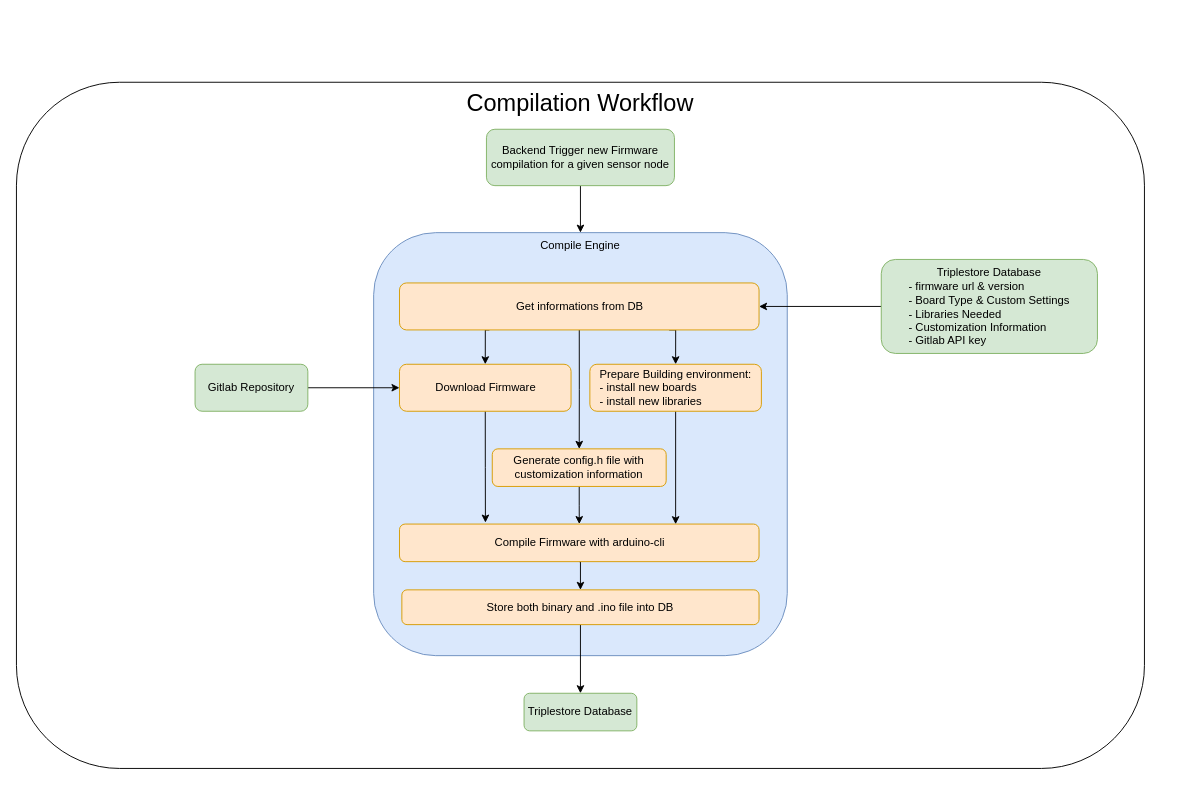
The draw.io diagram docs/diagrams/compilation_workflow.drawio in enricocirignaco/infrastructureforsensormanagment, before the edit. Source tidied: cells renumbered, new cells numbered last; positions are measured from the earlier drawing's top-left corner, leaving out a move shared by most shapes. Both pictures are drawn from the tidied source at 94%, with x=0, y=0 at pixel (16, 82).
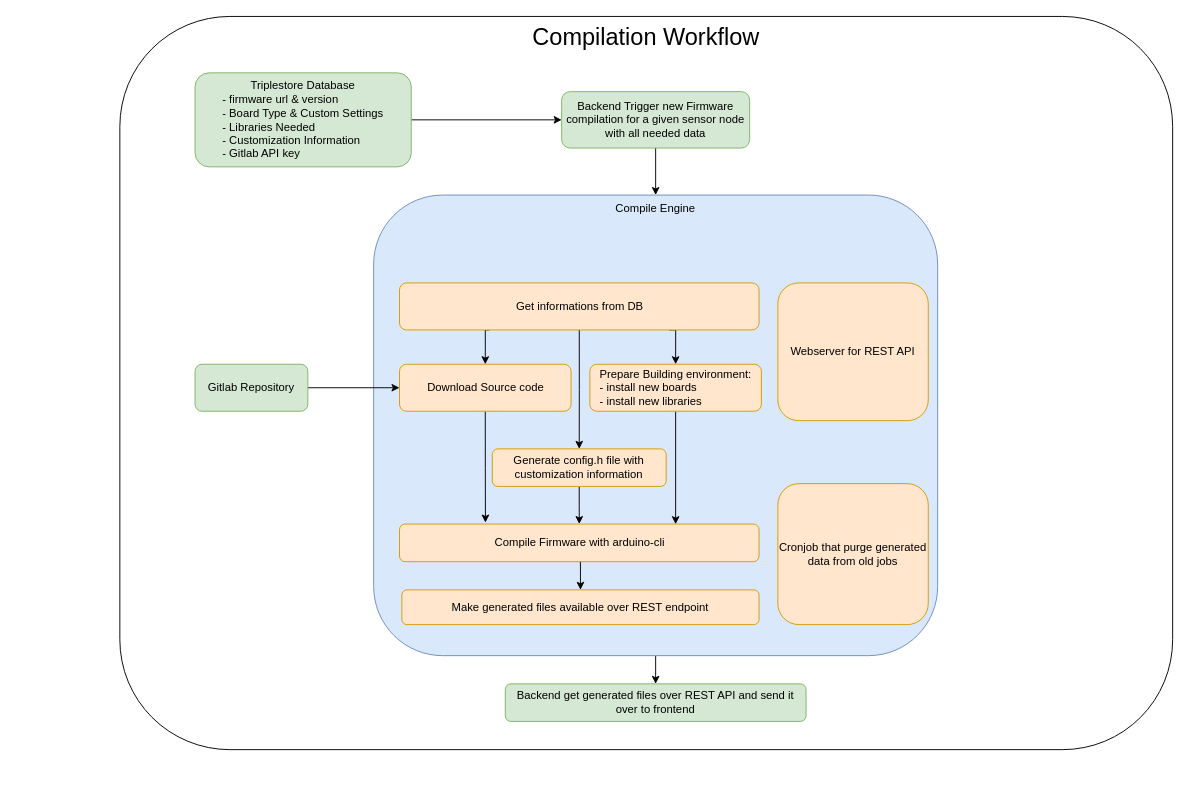
After the change.

Commit message (it also covers changes not shown here):
diagram improovements

The change refers to these unchanged cells:
```xml
<mxCell id="18" value="Get informations from DB" style="rounded=1;whiteSpace=wrap;html=1;fillColor=#ffe6cc;strokeColor=#d79b00;" parent="1" vertex="1">
  <mxGeometry x="407.5" y="213.5" width="382.5" height="50" as="geometry" />
</mxCell>
```

Diff of the diagram source:
```diff
@@
     <mxCell id="2" value="&lt;font style=&quot;font-size: 25px;&quot;&gt;Compilation Workflow&lt;/font&gt;" style="rounded=1;whiteSpace=wrap;html=1;align=center;verticalAlign=top;" parent="1" vertex="1">
-      <mxGeometry width="1200" height="730" as="geometry" />
+      <mxGeometry x="110" y="-70" width="1120" height="780" as="geometry" />
     </mxCell>
-    <mxCell id="3" value="Triplestore Database" style="rounded=1;whiteSpace=wrap;html=1;fillColor=#d5e8d4;strokeColor=#82b366;" parent="1" vertex="1">
-      <mxGeometry x="540" y="650" width="120" height="40" as="geometry" />
+    <mxCell id="3" value="Backend get generated files over REST API and send it over to frontend" style="rounded=1;whiteSpace=wrap;html=1;fillColor=#d5e8d4;strokeColor=#82b366;" parent="1" vertex="1">
+      <mxGeometry x="520" y="640" width="320" height="40" as="geometry" />
     </mxCell>
+    <mxCell id="25" style="edgeStyle=orthogonalEdgeStyle;rounded=0;jettySize=auto;html=1;exitX=0.5;exitY=1;exitDx=0;exitDy=0;entryX=0.5;entryY=0;entryDx=0;entryDy=0;" parent="1" edge="1" source="4" target="3">
+      <mxGeometry relative="1" as="geometry" />
+    </mxCell>
     <mxCell id="4" value="Compile Engine" style="rounded=1;whiteSpace=wrap;html=1;verticalAlign=top;fillColor=#dae8fc;strokeColor=#6c8ebf;" parent="1" vertex="1">
-      <mxGeometry x="380" y="160" width="440" height="450" as="geometry" />
+      <mxGeometry x="380" y="120" width="600" height="490" as="geometry" />
     </mxCell>
@@
-    <mxCell id="7" style="edgeStyle=orthogonalEdgeStyle;rounded=0;jettySize=auto;html=1;entryX=1;entryY=0.5;entryDx=0;entryDy=0;" parent="1" edge="1" source="8" target="18">
-      <mxGeometry relative="1" as="geometry" />
-    </mxCell>
+    <mxCell id="26" style="edgeStyle=orthogonalEdgeStyle;rounded=0;jettySize=auto;html=1;exitX=1;exitY=0.5;exitDx=0;exitDy=0;entryX=0;entryY=0.5;entryDx=0;entryDy=0;" parent="1" edge="1" source="8" target="24">
+      <mxGeometry relative="1" as="geometry" />
+    </mxCell>
     <mxCell id="8" value="Triplestore Database&lt;br&gt;&lt;div style=&quot;text-align: left;&quot;&gt;&lt;span style=&quot;background-color: initial;&quot;&gt;- firmware url &amp;amp; version&lt;/span&gt;&lt;/div&gt;&lt;div style=&quot;text-align: left;&quot;&gt;&lt;span style=&quot;background-color: initial;&quot;&gt;- Board Type &amp;amp; Custom Settings&lt;/span&gt;&lt;/div&gt;&lt;div style=&quot;text-align: left;&quot;&gt;&lt;span style=&quot;background-color: initial;&quot;&gt;- Libraries Needed&lt;/span&gt;&lt;/div&gt;&lt;div style=&quot;text-align: left;&quot;&gt;&lt;span style=&quot;background-color: initial;&quot;&gt;- Customization Information&lt;/span&gt;&lt;/div&gt;&lt;div style=&quot;text-align: left;&quot;&gt;&lt;span style=&quot;background-color: initial;&quot;&gt;- Gitlab API key&lt;/span&gt;&lt;/div&gt;" style="rounded=1;whiteSpace=wrap;html=1;fillColor=#d5e8d4;strokeColor=#82b366;" parent="1" vertex="1">
-      <mxGeometry x="920" y="188.5" width="230" height="100" as="geometry" />
+      <mxGeometry x="190" y="-10" width="230" height="100" as="geometry" />
     </mxCell>
@@
-    <mxCell id="14" value="Download Firmware" style="rounded=1;whiteSpace=wrap;html=1;fillColor=#ffe6cc;strokeColor=#d79b00;" parent="1" vertex="1">
+    <mxCell id="14" value="Download Source code" style="rounded=1;whiteSpace=wrap;html=1;fillColor=#ffe6cc;strokeColor=#d79b00;" parent="1" vertex="1">
       <mxGeometry x="407.5" y="300" width="182.5" height="50" as="geometry" />
     </mxCell>
@@
-    <mxCell id="19" style="edgeStyle=orthogonalEdgeStyle;rounded=0;jettySize=auto;html=1;entryX=0.5;entryY=0;entryDx=0;entryDy=0;" parent="1" edge="1" source="20" target="3">
-      <mxGeometry relative="1" as="geometry" />
-    </mxCell>
-    <mxCell id="20" value="Store both binary and .ino file into DB" style="rounded=1;whiteSpace=wrap;html=1;fillColor=#ffe6cc;strokeColor=#d79b00;" parent="1" vertex="1">
+    <mxCell id="20" value="Make generated files available over REST endpoint" style="rounded=1;whiteSpace=wrap;html=1;fillColor=#ffe6cc;strokeColor=#d79b00;" parent="1" vertex="1">
       <mxGeometry x="410" y="540" width="380" height="37" as="geometry" />
     </mxCell>
@@
-    <mxCell id="24" value="Backend Trigger new Firmware compilation for a given sensor node" style="rounded=1;whiteSpace=wrap;html=1;fillColor=#d5e8d4;strokeColor=#82b366;" parent="1" vertex="1">
-      <mxGeometry x="500" y="50" width="200" height="60" as="geometry" />
+    <mxCell id="24" value="Backend Trigger new Firmware compilation for a given sensor node with all needed data" style="rounded=1;whiteSpace=wrap;html=1;fillColor=#d5e8d4;strokeColor=#82b366;" parent="1" vertex="1">
+      <mxGeometry x="580" y="10" width="200" height="60" as="geometry" />
     </mxCell>
+    <mxCell id="27" value="Webserver for REST API" style="rounded=1;whiteSpace=wrap;html=1;fillColor=#ffe6cc;strokeColor=#d79b00;" parent="1" vertex="1">
+      <mxGeometry x="810" y="213.5" width="160" height="146.5" as="geometry" />
+    </mxCell>
+    <mxCell id="28" value="Cronjob that purge generated data from old jobs" style="rounded=1;whiteSpace=wrap;html=1;fillColor=#ffe6cc;strokeColor=#d79b00;" parent="1" vertex="1">
+      <mxGeometry x="810" y="427" width="160" height="150" as="geometry" />
+    </mxCell>
```
